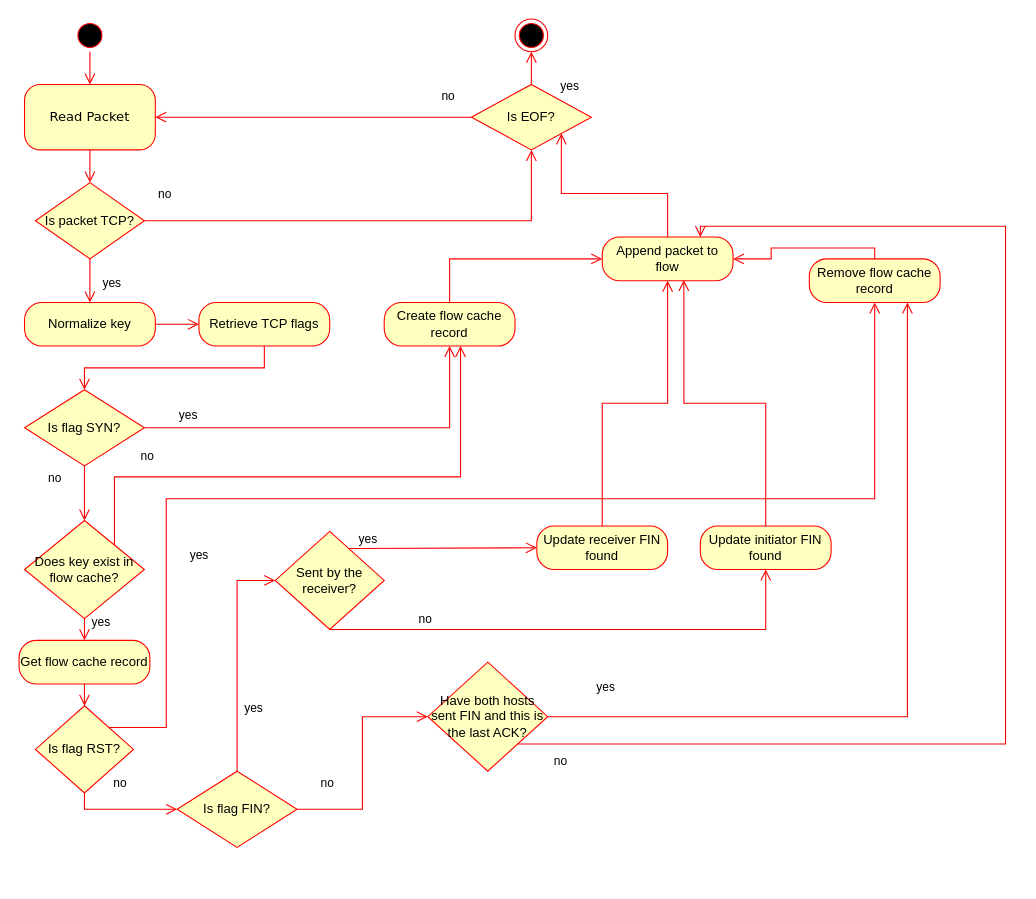
The draw.io diagram doc/WebShark_FlowReassembling_Activity.drawio in Zabuelis/WebShark, before the edit. Source tidied: cells renumbered, new cells numbered last; positions are measured from the earlier drawing's top-left corner, leaving out a move shared by most shapes. Both pictures are drawn from the tidied source at 109%, with x=0, y=0 at pixel (19, 19).
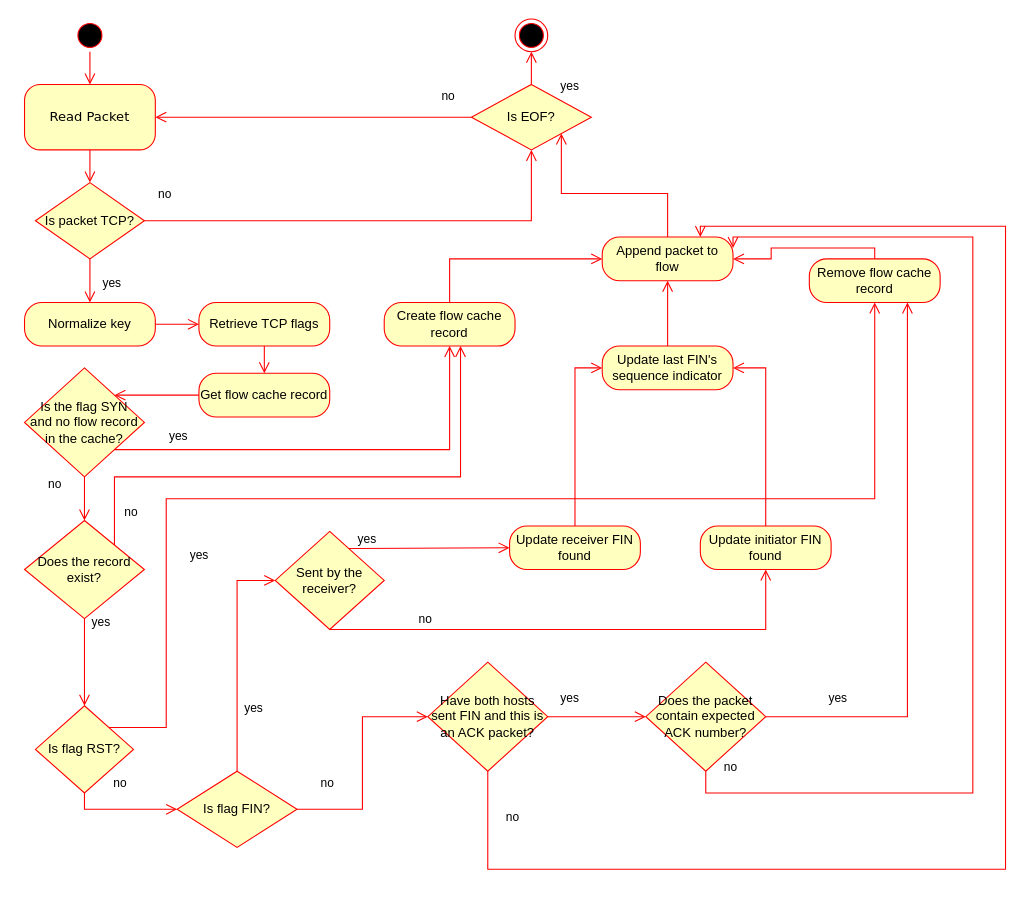
After the change.

Commit message (it also covers changes not shown here):
Update FlowReassembling diagram and state machine diagram.

The change refers to these unchanged cells:
```xml
<mxCell id="16" value="Retrieve TCP flags" style="rounded=1;whiteSpace=wrap;html=1;arcSize=40;fontColor=#000000;fillColor=#ffffc0;strokeColor=#ff0000;" parent="1" vertex="1">
  <mxGeometry x="165" y="260" width="120" height="40" as="geometry" />
</mxCell>
<mxCell id="21" value="Create flow cache record" style="rounded=1;whiteSpace=wrap;html=1;arcSize=40;fontColor=#000000;fillColor=#ffffc0;strokeColor=#ff0000;" parent="1" vertex="1">
  <mxGeometry x="335" y="260" width="120" height="40" as="geometry" />
</mxCell>
<mxCell id="23" value="Remove flow cache record" style="rounded=1;whiteSpace=wrap;html=1;arcSize=40;fontColor=#000000;fillColor=#ffffc0;strokeColor=#ff0000;" parent="1" vertex="1">
  <mxGeometry x="725" y="220" width="120" height="40" as="geometry" />
</mxCell>
<mxCell id="28" value="Append packet to flow" style="rounded=1;whiteSpace=wrap;html=1;arcSize=40;fontColor=#000000;fillColor=#ffffc0;strokeColor=#ff0000;" parent="1" vertex="1">
  <mxGeometry x="535" y="200" width="120" height="40" as="geometry" />
</mxCell>
<mxCell id="31" value="Is flag RST?" style="rhombus;whiteSpace=wrap;html=1;fontColor=#000000;fillColor=#ffffc0;strokeColor=#ff0000;" parent="1" vertex="1">
  <mxGeometry x="15" y="630" width="90" height="80" as="geometry" />
</mxCell>
<mxCell id="46" value="Update initiator FIN found" style="rounded=1;whiteSpace=wrap;html=1;arcSize=40;fontColor=#000000;fillColor=#ffffc0;strokeColor=#ff0000;" parent="1" vertex="1">
  <mxGeometry x="625" y="465" width="120" height="40" as="geometry" />
</mxCell>
```

The edit, as a diff of the source:
```diff
@@
-    <mxCell id="17" value="Is flag SYN?" style="rhombus;whiteSpace=wrap;html=1;fontColor=#000000;fillColor=#ffffc0;strokeColor=#ff0000;" parent="1" vertex="1">
-      <mxGeometry x="5" y="340" width="110" height="70" as="geometry" />
+    <mxCell id="17" value="Is the flag SYN and&amp;nbsp;&lt;span style=&quot;background-color: transparent; color: light-dark(rgb(0, 0, 0), rgb(237, 237, 237));&quot;&gt;no flow record in the cache?&lt;/span&gt;" style="rhombus;whiteSpace=wrap;html=1;fontColor=#000000;fillColor=#ffffc0;strokeColor=#ff0000;" parent="1" vertex="1">
+      <mxGeometry x="5" y="320" width="110" height="100" as="geometry" />
     </mxCell>
@@
-    <mxCell id="19" value="yes" style="edgeStyle=orthogonalEdgeStyle;html=1;align=left;verticalAlign=top;endArrow=open;endSize=8;strokeColor=#ff0000;rounded=0;entryX=0.5;entryY=1;entryDx=0;entryDy=0;" parent="1" edge="1" source="17" target="21">
-      <mxGeometry x="-0.83" y="25" relative="1" as="geometry">
+    <mxCell id="19" value="yes" style="edgeStyle=orthogonalEdgeStyle;html=1;align=left;verticalAlign=top;endArrow=open;endSize=8;strokeColor=#ff0000;rounded=0;entryX=0.5;entryY=1;entryDx=0;entryDy=0;exitX=1;exitY=1;exitDx=0;exitDy=0;" parent="1" edge="1" source="17" target="21">
+      <mxGeometry x="-0.76" y="25" relative="1" as="geometry">
         <Array as="points">
-          <mxPoint x="395" y="375" />
+          <mxPoint x="395" y="395" />
         </Array>
       </mxGeometry>
     </mxCell>
-    <mxCell id="20" style="edgeStyle=orthogonalEdgeStyle;html=1;verticalAlign=bottom;endArrow=open;endSize=8;strokeColor=#ff0000;rounded=0;entryX=0.5;entryY=0;entryDx=0;entryDy=0;exitX=0.5;exitY=1;exitDx=0;exitDy=0;" parent="1" edge="1" source="16" target="17">
+    <mxCell id="20" style="edgeStyle=orthogonalEdgeStyle;html=1;verticalAlign=bottom;endArrow=open;endSize=8;strokeColor=#ff0000;rounded=0;entryX=1;entryY=0;entryDx=0;entryDy=0;exitX=0;exitY=0.5;exitDx=0;exitDy=0;" parent="1" edge="1" source="30" target="17">
       <mxGeometry relative="1" as="geometry" />
     </mxCell>
@@
-    <mxCell id="25" value="Does key exist in flow cache?" style="rhombus;whiteSpace=wrap;html=1;fontColor=#000000;fillColor=#ffffc0;strokeColor=#ff0000;" parent="1" vertex="1">
+    <mxCell id="25" value="Does the record exist?" style="rhombus;whiteSpace=wrap;html=1;fontColor=#000000;fillColor=#ffffc0;strokeColor=#ff0000;" parent="1" vertex="1">
       <mxGeometry x="5" y="460" width="110" height="90" as="geometry" />
     </mxCell>
     <mxCell id="26" value="no" style="edgeStyle=orthogonalEdgeStyle;html=1;align=left;verticalAlign=bottom;endArrow=open;endSize=8;strokeColor=#ff0000;rounded=0;exitX=1;exitY=0;exitDx=0;exitDy=0;" parent="1" edge="1" source="25">
-      <mxGeometry x="-0.66" y="10" relative="1" as="geometry">
+      <mxGeometry x="-0.91" y="-7" relative="1" as="geometry">
         <mxPoint x="405" y="300" as="targetPoint" />
         <Array as="points">
           <mxPoint x="88" y="420" />
           <mxPoint x="405" y="420" />
           <mxPoint x="405" y="300" />
         </Array>
       </mxGeometry>
     </mxCell>
-    <mxCell id="27" value="yes" style="edgeStyle=orthogonalEdgeStyle;html=1;align=left;verticalAlign=top;endArrow=open;endSize=8;strokeColor=#ff0000;rounded=0;entryX=0.5;entryY=0;entryDx=0;entryDy=0;exitX=0.5;exitY=1;exitDx=0;exitDy=0;" parent="1" edge="1" source="25" target="30">
+    <mxCell id="27" value="yes" style="edgeStyle=orthogonalEdgeStyle;html=1;align=left;verticalAlign=top;endArrow=open;endSize=8;strokeColor=#ff0000;rounded=0;entryX=0.5;entryY=0;entryDx=0;entryDy=0;exitX=0.5;exitY=1;exitDx=0;exitDy=0;" parent="1" edge="1" source="25" target="31">
       <mxGeometry x="-1" y="11" relative="1" as="geometry">
-        <Array as="points">
-          <mxPoint x="60" y="560" />
-        </Array>
         <mxPoint x="-6" y="-10" as="offset" />
       </mxGeometry>
     </mxCell>
@@
-    <mxCell id="30" value="Get flow cache record" style="rounded=1;whiteSpace=wrap;html=1;arcSize=40;fontColor=#000000;fillColor=#ffffc0;strokeColor=#ff0000;" parent="1" vertex="1">
-      <mxGeometry y="570" width="120" height="40" as="geometry" />
-    </mxCell>
@@
-    <mxCell id="34" style="edgeStyle=orthogonalEdgeStyle;html=1;verticalAlign=bottom;endArrow=open;endSize=8;strokeColor=#ff0000;rounded=0;entryX=0.5;entryY=0;entryDx=0;entryDy=0;exitX=0.5;exitY=1;exitDx=0;exitDy=0;" parent="1" edge="1" source="30" target="31">
-      <mxGeometry relative="1" as="geometry">
-        <Array as="points">
-          <mxPoint x="60" y="610" />
-        </Array>
-      </mxGeometry>
-    </mxCell>
@@
-    <mxCell id="38" value="Have both hosts sent FIN and this is the last ACK?" style="rhombus;whiteSpace=wrap;html=1;fontColor=#000000;fillColor=#ffffc0;strokeColor=#ff0000;" parent="1" vertex="1">
+    <mxCell id="38" value="Have both hosts sent FIN and this is an ACK packet?" style="rhombus;whiteSpace=wrap;html=1;fontColor=#000000;fillColor=#ffffc0;strokeColor=#ff0000;" parent="1" vertex="1">
       <mxGeometry x="375" y="590" width="110" height="100" as="geometry" />
     </mxCell>
-    <mxCell id="39" value="no" style="edgeStyle=orthogonalEdgeStyle;html=1;align=left;verticalAlign=bottom;endArrow=open;endSize=8;strokeColor=#ff0000;rounded=0;entryX=0.75;entryY=0;entryDx=0;entryDy=0;exitX=1;exitY=1;exitDx=0;exitDy=0;" parent="1" edge="1" source="38" target="28">
-      <mxGeometry x="-0.95" y="-25" relative="1" as="geometry">
+    <mxCell id="39" value="no" style="edgeStyle=orthogonalEdgeStyle;html=1;align=left;verticalAlign=bottom;endArrow=open;endSize=8;strokeColor=#ff0000;rounded=0;entryX=0.75;entryY=0;entryDx=0;entryDy=0;exitX=0.5;exitY=1;exitDx=0;exitDy=0;" parent="1" edge="1" source="38" target="28">
+      <mxGeometry x="-0.93" y="15" relative="1" as="geometry">
         <Array as="points">
-          <mxPoint x="905" y="665" />
+          <mxPoint x="430" y="780" />
+          <mxPoint x="905" y="780" />
           <mxPoint x="905" y="190" />
           <mxPoint x="625" y="190" />
         </Array>
-        <mxPoint x="1" as="offset" />
       </mxGeometry>
     </mxCell>
-    <mxCell id="40" value="yes" style="edgeStyle=orthogonalEdgeStyle;html=1;align=left;verticalAlign=top;endArrow=open;endSize=8;strokeColor=#ff0000;rounded=0;entryX=0.75;entryY=1;entryDx=0;entryDy=0;" parent="1" edge="1" source="38" target="23">
-      <mxGeometry x="-0.88" y="40" relative="1" as="geometry" />
+    <mxCell id="40" value="yes" style="edgeStyle=orthogonalEdgeStyle;html=1;align=left;verticalAlign=top;endArrow=open;endSize=8;strokeColor=#ff0000;rounded=0;entryX=0;entryY=0.5;entryDx=0;entryDy=0;" parent="1" edge="1" source="38" target="51">
+      <mxGeometry x="-0.78" y="30" relative="1" as="geometry" />
     </mxCell>
@@
     <mxCell id="44" value="Update receiver FIN found" style="rounded=1;whiteSpace=wrap;html=1;arcSize=40;fontColor=#000000;fillColor=#ffffc0;strokeColor=#ff0000;" parent="1" vertex="1">
-      <mxGeometry x="475" y="465" width="120" height="40" as="geometry" />
+      <mxGeometry x="450" y="465" width="120" height="40" as="geometry" />
     </mxCell>
-    <mxCell id="45" style="edgeStyle=orthogonalEdgeStyle;html=1;verticalAlign=bottom;endArrow=open;endSize=8;strokeColor=#ff0000;rounded=0;entryX=0.5;entryY=1;entryDx=0;entryDy=0;" parent="1" edge="1" source="44" target="28">
+    <mxCell id="45" style="edgeStyle=orthogonalEdgeStyle;html=1;verticalAlign=bottom;endArrow=open;endSize=8;strokeColor=#ff0000;rounded=0;entryX=0;entryY=0.5;entryDx=0;entryDy=0;" parent="1" edge="1" source="44" target="49">
       <mxGeometry relative="1" as="geometry" />
     </mxCell>
@@
-    <mxCell id="47" style="edgeStyle=orthogonalEdgeStyle;html=1;verticalAlign=bottom;endArrow=open;endSize=8;strokeColor=#ff0000;rounded=0;entryX=0.624;entryY=0.984;entryDx=0;entryDy=0;entryPerimeter=0;" parent="1" edge="1" source="46" target="28">
+    <mxCell id="47" style="edgeStyle=orthogonalEdgeStyle;html=1;verticalAlign=bottom;endArrow=open;endSize=8;strokeColor=#ff0000;rounded=0;entryX=1;entryY=0.5;entryDx=0;entryDy=0;" parent="1" edge="1" source="46" target="49">
       <mxGeometry relative="1" as="geometry" />
     </mxCell>
+    <mxCell id="30" value="Get flow cache record" style="rounded=1;whiteSpace=wrap;html=1;arcSize=40;fontColor=#000000;fillColor=#ffffc0;strokeColor=#ff0000;" parent="1" vertex="1">
+      <mxGeometry x="165" y="325" width="120" height="40" as="geometry" />
+    </mxCell>
+    <mxCell id="48" style="edgeStyle=orthogonalEdgeStyle;html=1;verticalAlign=bottom;endArrow=open;endSize=8;strokeColor=#ff0000;rounded=0;entryX=0.5;entryY=0;entryDx=0;entryDy=0;exitX=0.5;exitY=1;exitDx=0;exitDy=0;" parent="1" edge="1" source="16" target="30">
+      <mxGeometry relative="1" as="geometry" />
+    </mxCell>
+    <mxCell id="49" value="Update last FIN's sequence indicator" style="rounded=1;whiteSpace=wrap;html=1;arcSize=40;fontColor=#000000;fillColor=#ffffc0;strokeColor=#ff0000;" parent="1" vertex="1">
+      <mxGeometry x="535" y="300" width="120" height="40" as="geometry" />
+    </mxCell>
+    <mxCell id="50" style="edgeStyle=orthogonalEdgeStyle;html=1;verticalAlign=bottom;endArrow=open;endSize=8;strokeColor=#ff0000;rounded=0;entryX=0.5;entryY=1;entryDx=0;entryDy=0;exitX=0.5;exitY=0;exitDx=0;exitDy=0;" parent="1" edge="1" source="49" target="28">
+      <mxGeometry relative="1" as="geometry" />
+    </mxCell>
+    <mxCell id="51" value="Does the packet contain expected ACK number?" style="rhombus;whiteSpace=wrap;html=1;fontColor=#000000;fillColor=#ffffc0;strokeColor=#ff0000;" parent="1" vertex="1">
+      <mxGeometry x="575" y="590" width="110" height="100" as="geometry" />
+    </mxCell>
+    <mxCell id="52" value="yes" style="edgeStyle=orthogonalEdgeStyle;html=1;align=left;verticalAlign=top;endArrow=open;endSize=8;strokeColor=#ff0000;rounded=0;entryX=0.75;entryY=1;entryDx=0;entryDy=0;exitX=1;exitY=0.5;exitDx=0;exitDy=0;" parent="1" edge="1" source="51" target="23">
+      <mxGeometry x="-0.78" y="30" relative="1" as="geometry" />
+    </mxCell>
+    <mxCell id="53" value="no" style="edgeStyle=orthogonalEdgeStyle;html=1;align=left;verticalAlign=bottom;endArrow=open;endSize=8;strokeColor=#ff0000;rounded=0;entryX=1;entryY=0.25;entryDx=0;entryDy=0;exitX=0.5;exitY=1;exitDx=0;exitDy=0;" parent="1" edge="1" source="51" target="28">
+      <mxGeometry x="-0.93" y="15" relative="1" as="geometry">
+        <Array as="points">
+          <mxPoint x="630" y="710" />
+          <mxPoint x="875" y="710" />
+          <mxPoint x="875" y="200" />
+          <mxPoint x="655" y="200" />
+        </Array>
+      </mxGeometry>
+    </mxCell>
```
